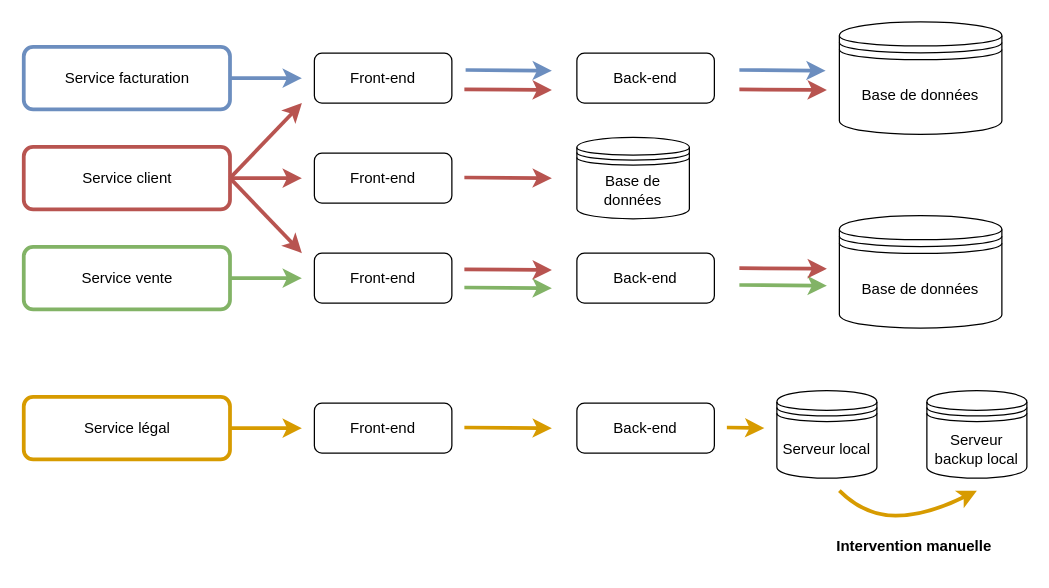
Before: LAEBaseApplicatif.drawio in cjour/audit_logistics, a draw.io diagram. Source tidied: cells renumbered, new cells numbered last; positions are measured from the earlier drawing's top-left corner, leaving out a move shared by most shapes. Both pictures are drawn from the tidied source at 125%, with x=0, y=0 at pixel (24, 21).
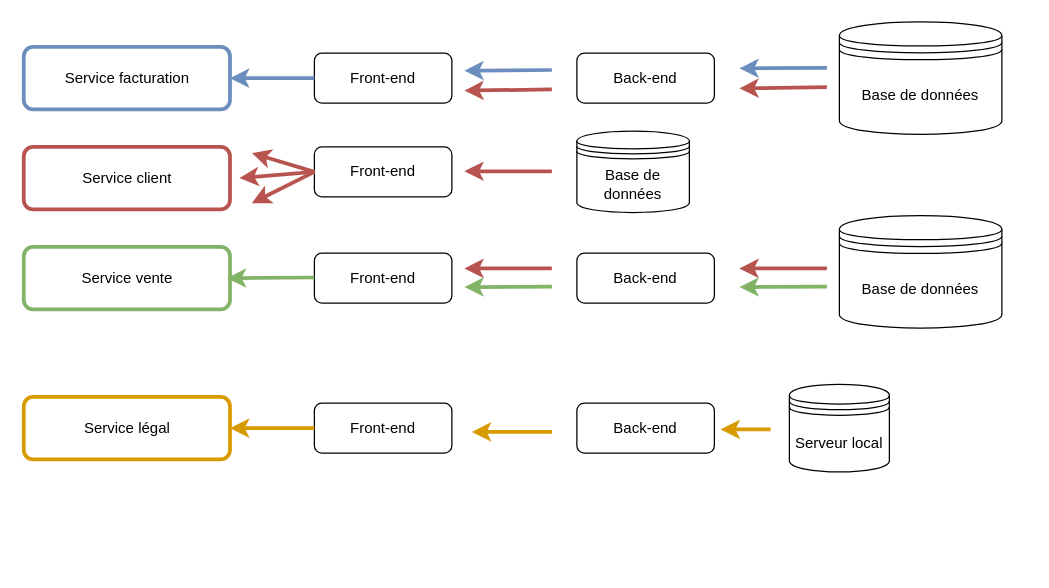
After the change.

Commit message:
Mettre à jour LAEBaseData.drawio

The change refers to these unchanged cells:
```xml
<mxCell id="2" value="Front-end" style="rounded=1;whiteSpace=wrap;html=1;" parent="1" vertex="1">
  <mxGeometry x="232" y="25" width="110" height="40" as="geometry" />
</mxCell>
<mxCell id="13" value="Front-end" style="rounded=1;whiteSpace=wrap;html=1;" parent="1" vertex="1">
  <mxGeometry x="232" y="305" width="110" height="40" as="geometry" />
</mxCell>
<mxCell id="15" style="rounded=1;whiteSpace=wrap;html=1;fontFamily=Helvetica;fontSize=12;strokeWidth=3;fillColor=none;strokeColor=#6c8ebf;gradientColor=default;" parent="1" vertex="1">
  <mxGeometry x="-0.5" y="20" width="165" height="50" as="geometry" />
</mxCell>
<mxCell id="19" style="rounded=1;whiteSpace=wrap;html=1;fontFamily=Helvetica;fontSize=12;strokeWidth=3;fillColor=none;strokeColor=#b85450;" parent="1" vertex="1">
  <mxGeometry x="-0.5" y="100" width="165" height="50" as="geometry" />
</mxCell>
<mxCell id="23" style="rounded=1;whiteSpace=wrap;html=1;fontFamily=Helvetica;fontSize=12;strokeWidth=3;fillColor=none;strokeColor=#82b366;" parent="1" vertex="1">
  <mxGeometry x="-0.5" y="180" width="165" height="50" as="geometry" />
</mxCell>
<mxCell id="30" style="rounded=1;whiteSpace=wrap;html=1;fontFamily=Helvetica;fontSize=12;strokeWidth=3;fillColor=none;strokeColor=#d79b00;" parent="1" vertex="1">
  <mxGeometry x="-0.5" y="300" width="165" height="50" as="geometry" />
</mxCell>
```

The edit, as a diff of the source:
```diff
@@
     <mxCell id="7" value="Front-end" style="rounded=1;whiteSpace=wrap;html=1;" parent="1" vertex="1">
-      <mxGeometry x="232" y="105" width="110" height="40" as="geometry" />
+      <mxGeometry x="232" y="100" width="110" height="40" as="geometry" />
     </mxCell>
@@
-    <mxCell id="16" style="endArrow=classic;html=1;rounded=0;fontFamily=Helvetica;fontSize=12;exitX=1;exitY=0.5;exitDx=0;exitDy=0;fillColor=#dae8fc;strokeColor=#6c8ebf;strokeWidth=3;" parent="1" edge="1" source="15">
-      <mxGeometry relative="1" as="geometry">
-        <mxPoint x="222" y="45" as="targetPoint" />
-      </mxGeometry>
+    <mxCell id="16" style="endArrow=classic;html=1;rounded=0;fontFamily=Helvetica;fontSize=12;exitX=0;exitY=0.5;exitDx=0;exitDy=0;fillColor=#dae8fc;strokeColor=#6c8ebf;strokeWidth=3;entryX=1;entryY=0.5;entryDx=0;entryDy=0;" parent="1" edge="1" source="2" target="15">
+      <mxGeometry relative="1" as="geometry" />
     </mxCell>
     <mxCell id="17" style="endArrow=classic;html=1;rounded=0;fontFamily=Helvetica;fontSize=12;exitX=1;exitY=0.5;exitDx=0;exitDy=0;fillColor=#dae8fc;strokeColor=#6c8ebf;strokeWidth=3;" parent="1" edge="1">
       <mxGeometry relative="1" as="geometry">
-        <mxPoint x="353" y="38.5" as="sourcePoint" />
-        <mxPoint x="422" y="39" as="targetPoint" />
+        <mxPoint x="422" y="38.5" as="sourcePoint" />
+        <mxPoint x="352" y="39" as="targetPoint" />
       </mxGeometry>
     </mxCell>
-    <mxCell id="18" style="endArrow=classic;html=1;rounded=0;fontFamily=Helvetica;fontSize=12;exitX=1;exitY=0.5;exitDx=0;exitDy=0;fillColor=#dae8fc;strokeColor=#6c8ebf;strokeWidth=3;" parent="1" edge="1">
-      <mxGeometry relative="1" as="geometry">
-        <mxPoint x="572" y="38.5" as="sourcePoint" />
-        <mxPoint x="641" y="39" as="targetPoint" />
-      </mxGeometry>
-    </mxCell>
@@
-    <mxCell id="20" style="endArrow=classic;html=1;rounded=0;fontFamily=Helvetica;fontSize=12;exitX=1;exitY=0.5;exitDx=0;exitDy=0;fillColor=#f8cecc;strokeColor=#b85450;strokeWidth=3;" parent="1" edge="1" source="19">
+    <mxCell id="20" style="endArrow=classic;html=1;rounded=0;fontFamily=Helvetica;fontSize=12;fillColor=#f8cecc;strokeColor=#b85450;strokeWidth=3;exitX=0;exitY=0.5;exitDx=0;exitDy=0;" parent="1" edge="1" source="7">
       <mxGeometry relative="1" as="geometry">
-        <mxPoint x="222" y="125" as="targetPoint" />
+        <mxPoint x="182" y="145" as="targetPoint" />
       </mxGeometry>
     </mxCell>
-    <mxCell id="21" style="endArrow=classic;html=1;rounded=0;fontFamily=Helvetica;fontSize=12;exitX=1;exitY=0.5;exitDx=0;exitDy=0;fillColor=#f8cecc;strokeColor=#b85450;strokeWidth=3;" parent="1" edge="1">
+    <mxCell id="21" style="endArrow=classic;html=1;rounded=0;fontFamily=Helvetica;fontSize=12;fillColor=#f8cecc;strokeColor=#b85450;strokeWidth=3;" parent="1" edge="1">
       <mxGeometry relative="1" as="geometry">
-        <mxPoint x="352" y="124.5" as="sourcePoint" />
-        <mxPoint x="422" y="125" as="targetPoint" />
+        <mxPoint x="422" y="119.5" as="sourcePoint" />
+        <mxPoint x="352" y="119.5" as="targetPoint" />
+        <Array as="points">
+          <mxPoint x="392" y="119.5" />
+        </Array>
       </mxGeometry>
     </mxCell>
-    <mxCell id="22" style="endArrow=classic;html=1;rounded=0;fontFamily=Helvetica;fontSize=12;fillColor=#f8cecc;strokeColor=#b85450;strokeWidth=3;exitX=1;exitY=0.5;exitDx=0;exitDy=0;" parent="1" edge="1" source="19">
+    <mxCell id="22" style="endArrow=classic;html=1;rounded=0;fontFamily=Helvetica;fontSize=12;fillColor=#f8cecc;strokeColor=#b85450;strokeWidth=3;exitX=0;exitY=0.5;exitDx=0;exitDy=0;" parent="1" edge="1" source="7">
       <mxGeometry relative="1" as="geometry">
-        <mxPoint x="222" y="65" as="targetPoint" />
+        <mxPoint x="182" y="105" as="targetPoint" />
       </mxGeometry>
     </mxCell>
@@
-    <mxCell id="24" style="endArrow=classic;html=1;rounded=0;fontFamily=Helvetica;fontSize=12;exitX=1;exitY=0.5;exitDx=0;exitDy=0;fillColor=#d5e8d4;strokeColor=#82b366;strokeWidth=3;" parent="1" edge="1" source="23">
-      <mxGeometry relative="1" as="geometry">
-        <mxPoint x="222" y="205" as="targetPoint" />
-      </mxGeometry>
-    </mxCell>
-    <mxCell id="25" style="endArrow=classic;html=1;rounded=0;fontFamily=Helvetica;fontSize=12;exitX=1;exitY=0.5;exitDx=0;exitDy=0;fillColor=#d5e8d4;strokeColor=#82b366;strokeWidth=3;" parent="1" edge="1">
+    <mxCell id="25" style="endArrow=classic;html=1;rounded=0;fontFamily=Helvetica;fontSize=12;exitX=1;exitY=0.5;exitDx=0;exitDy=0;fillColor=#d5e8d4;strokeColor=#82b366;strokeWidth=3;verticalAlign=middle;" parent="1" edge="1">
       <mxGeometry relative="1" as="geometry">
-        <mxPoint x="352" y="212.5" as="sourcePoint" />
-        <mxPoint x="422" y="213" as="targetPoint" />
+        <mxPoint x="422" y="211.8" as="sourcePoint" />
+        <mxPoint x="352" y="212.2" as="targetPoint" />
       </mxGeometry>
     </mxCell>
-    <mxCell id="26" style="endArrow=classic;html=1;rounded=0;fontFamily=Helvetica;fontSize=12;exitX=1;exitY=0.5;exitDx=0;exitDy=0;fillColor=#d5e8d4;strokeColor=#82b366;strokeWidth=3;" parent="1" edge="1">
-      <mxGeometry relative="1" as="geometry">
-        <mxPoint x="572" y="210.5" as="sourcePoint" />
-        <mxPoint x="642" y="211" as="targetPoint" />
-      </mxGeometry>
-    </mxCell>
-    <mxCell id="27" style="endArrow=classic;html=1;rounded=0;fontFamily=Helvetica;fontSize=12;exitX=1;exitY=0.5;exitDx=0;exitDy=0;fillColor=#f8cecc;strokeColor=#b85450;strokeWidth=3;" parent="1" edge="1" source="19">
+    <mxCell id="27" style="endArrow=classic;html=1;rounded=0;fontFamily=Helvetica;fontSize=12;exitX=0;exitY=0.5;exitDx=0;exitDy=0;fillColor=#f8cecc;strokeColor=#b85450;strokeWidth=3;" parent="1" edge="1" source="7">
       <mxGeometry relative="1" as="geometry">
-        <mxPoint x="222" y="185" as="targetPoint" />
+        <mxPoint x="172" y="125" as="targetPoint" />
       </mxGeometry>
     </mxCell>
     <mxCell id="28" value="Serveur local" style="shape=datastore;whiteSpace=wrap;html=1;" parent="1" vertex="1">
-      <mxGeometry x="602" y="295" width="80" height="70" as="geometry" />
+      <mxGeometry x="612" y="290" width="80" height="70" as="geometry" />
     </mxCell>
-    <mxCell id="29" value="Serveur backup local" style="shape=datastore;whiteSpace=wrap;html=1;" parent="1" vertex="1">
-      <mxGeometry x="722" y="295" width="80" height="70" as="geometry" />
-    </mxCell>
@@
-    <mxCell id="31" style="endArrow=classic;html=1;rounded=0;fontFamily=Helvetica;fontSize=12;exitX=1;exitY=0.5;exitDx=0;exitDy=0;fillColor=#ffe6cc;strokeColor=#d79b00;strokeWidth=3;" parent="1" edge="1" source="30">
-      <mxGeometry relative="1" as="geometry">
-        <mxPoint x="222" y="325" as="targetPoint" />
-      </mxGeometry>
+    <mxCell id="31" style="endArrow=classic;html=1;rounded=0;fontFamily=Helvetica;fontSize=12;exitX=0;exitY=0.5;exitDx=0;exitDy=0;fillColor=#ffe6cc;strokeColor=#d79b00;strokeWidth=3;entryX=1;entryY=0.5;entryDx=0;entryDy=0;" parent="1" edge="1" source="13" target="30">
+      <mxGeometry relative="1" as="geometry" />
     </mxCell>
-    <mxCell id="32" style="endArrow=classic;html=1;rounded=0;fontFamily=Helvetica;fontSize=12;exitX=1;exitY=0.5;exitDx=0;exitDy=0;fillColor=#ffe6cc;strokeColor=#d79b00;strokeWidth=3;" parent="1" edge="1">
+    <mxCell id="32" style="endArrow=classic;html=1;rounded=0;fontFamily=Helvetica;fontSize=12;fillColor=#ffe6cc;strokeColor=#d79b00;strokeWidth=3;entryX=1;entryY=0.75;entryDx=0;entryDy=0;entryPerimeter=0;" parent="1" edge="1">
       <mxGeometry relative="1" as="geometry">
-        <mxPoint x="352" y="324.5" as="sourcePoint" />
-        <mxPoint x="422" y="325" as="targetPoint" />
+        <mxPoint x="422" y="328" as="sourcePoint" />
+        <mxPoint x="358" y="328" as="targetPoint" />
+        <Array as="points">
+          <mxPoint x="368" y="328" />
+        </Array>
       </mxGeometry>
     </mxCell>
-    <mxCell id="33" style="endArrow=classic;html=1;rounded=0;fontFamily=Helvetica;fontSize=12;exitX=1;exitY=0.5;exitDx=0;exitDy=0;fillColor=#ffe6cc;strokeColor=#d79b00;strokeWidth=3;" parent="1" edge="1">
+    <mxCell id="33" style="endArrow=classic;html=1;rounded=0;fontFamily=Helvetica;fontSize=12;fillColor=#ffe6cc;strokeColor=#d79b00;strokeWidth=3;entryX=1;entryY=0.5;entryDx=0;entryDy=0;" parent="1" edge="1">
       <mxGeometry relative="1" as="geometry">
-        <mxPoint x="562" y="324.5" as="sourcePoint" />
-        <mxPoint x="592" y="325" as="targetPoint" />
+        <mxPoint x="597" y="326" as="sourcePoint" />
+        <mxPoint x="557" y="326" as="targetPoint" />
       </mxGeometry>
     </mxCell>
-    <mxCell id="34" style="curved=1;endArrow=classic;html=1;rounded=0;fontFamily=Helvetica;fontSize=12;strokeWidth=3;fillColor=#ffe6cc;strokeColor=#d79b00;" parent="1" edge="1">
-      <mxGeometry relative="1" as="geometry">
-        <mxPoint x="652" y="375" as="sourcePoint" />
-        <mxPoint x="762" y="375" as="targetPoint" />
-        <Array as="points">
-          <mxPoint x="672" y="395" />
-          <mxPoint x="722" y="395" />
-        </Array>
-      </mxGeometry>
-    </mxCell>
     <mxCell id="35" style="endArrow=classic;html=1;rounded=0;fontFamily=Helvetica;fontSize=12;exitX=1;exitY=0.5;exitDx=0;exitDy=0;fillColor=#f8cecc;strokeColor=#b85450;strokeWidth=3;" parent="1" edge="1">
       <mxGeometry relative="1" as="geometry">
-        <mxPoint x="352" y="54" as="sourcePoint" />
-        <mxPoint x="422" y="54.5" as="targetPoint" />
+        <mxPoint x="422" y="54" as="sourcePoint" />
+        <mxPoint x="352" y="55" as="targetPoint" />
       </mxGeometry>
     </mxCell>
-    <mxCell id="36" style="endArrow=classic;html=1;rounded=0;fontFamily=Helvetica;fontSize=12;exitX=1;exitY=0.5;exitDx=0;exitDy=0;fillColor=#f8cecc;strokeColor=#b85450;strokeWidth=3;" parent="1" edge="1">
-      <mxGeometry relative="1" as="geometry">
-        <mxPoint x="572" y="54" as="sourcePoint" />
-        <mxPoint x="642" y="54.5" as="targetPoint" />
-      </mxGeometry>
-    </mxCell>
-    <mxCell id="37" style="endArrow=classic;html=1;rounded=0;fontFamily=Helvetica;fontSize=12;exitX=1;exitY=0.5;exitDx=0;exitDy=0;fillColor=#f8cecc;strokeColor=#b85450;strokeWidth=3;" parent="1" edge="1">
+    <mxCell id="37" style="endArrow=classic;html=1;rounded=0;fontFamily=Helvetica;fontSize=12;fillColor=#f8cecc;strokeColor=#b85450;strokeWidth=3;verticalAlign=middle;" parent="1" edge="1">
       <mxGeometry relative="1" as="geometry">
-        <mxPoint x="352" y="198" as="sourcePoint" />
-        <mxPoint x="422" y="198.5" as="targetPoint" />
+        <mxPoint x="422" y="197.2" as="sourcePoint" />
+        <mxPoint x="352" y="197.2" as="targetPoint" />
       </mxGeometry>
     </mxCell>
-    <mxCell id="38" style="endArrow=classic;html=1;rounded=0;fontFamily=Helvetica;fontSize=12;exitX=1;exitY=0.5;exitDx=0;exitDy=0;fillColor=#f8cecc;strokeColor=#b85450;strokeWidth=3;" parent="1" edge="1">
-      <mxGeometry relative="1" as="geometry">
-        <mxPoint x="572" y="197" as="sourcePoint" />
-        <mxPoint x="642" y="197.5" as="targetPoint" />
-      </mxGeometry>
-    </mxCell>
-    <mxCell id="39" value="Intervention manuelle" style="text;html=1;strokeColor=none;fillColor=none;align=center;verticalAlign=middle;whiteSpace=wrap;rounded=0;fontFamily=Helvetica;fontSize=12;fontStyle=1;" parent="1" vertex="1">
-      <mxGeometry x="642" y="405" width="140" height="30" as="geometry" />
-    </mxCell>
     <mxCell id="40" value="&lt;div&gt;Base de données&lt;/div&gt;" style="shape=datastore;whiteSpace=wrap;html=1;" parent="1" vertex="1">
-      <mxGeometry x="442" y="92.5" width="90" height="65" as="geometry" />
+      <mxGeometry x="442" y="87.5" width="90" height="65" as="geometry" />
     </mxCell>
+    <mxCell id="41" style="endArrow=classic;html=1;rounded=0;fontFamily=Helvetica;fontSize=12;exitX=1;exitY=0.5;exitDx=0;exitDy=0;fillColor=#dae8fc;strokeColor=#6c8ebf;strokeWidth=3;" parent="1" edge="1">
+      <mxGeometry relative="1" as="geometry">
+        <mxPoint x="642" y="36.8" as="sourcePoint" />
+        <mxPoint x="572" y="37.2" as="targetPoint" />
+      </mxGeometry>
+    </mxCell>
+    <mxCell id="42" style="endArrow=classic;html=1;rounded=0;fontFamily=Helvetica;fontSize=12;exitX=1;exitY=0.5;exitDx=0;exitDy=0;fillColor=#f8cecc;strokeColor=#b85450;strokeWidth=3;" parent="1" edge="1">
+      <mxGeometry relative="1" as="geometry">
+        <mxPoint x="642" y="52.2" as="sourcePoint" />
+        <mxPoint x="572" y="53.2" as="targetPoint" />
+      </mxGeometry>
+    </mxCell>
+    <mxCell id="43" style="endArrow=classic;html=1;rounded=0;fontFamily=Helvetica;fontSize=12;exitX=1;exitY=0.5;exitDx=0;exitDy=0;fillColor=#d5e8d4;strokeColor=#82b366;strokeWidth=3;verticalAlign=middle;" parent="1" edge="1">
+      <mxGeometry relative="1" as="geometry">
+        <mxPoint x="642" y="211.8" as="sourcePoint" />
+        <mxPoint x="572" y="212.2" as="targetPoint" />
+      </mxGeometry>
+    </mxCell>
+    <mxCell id="44" style="endArrow=classic;html=1;rounded=0;fontFamily=Helvetica;fontSize=12;fillColor=#f8cecc;strokeColor=#b85450;strokeWidth=3;verticalAlign=middle;" parent="1" edge="1">
+      <mxGeometry relative="1" as="geometry">
+        <mxPoint x="642" y="197.2" as="sourcePoint" />
+        <mxPoint x="572" y="197.2" as="targetPoint" />
+      </mxGeometry>
+    </mxCell>
+    <mxCell id="45" style="endArrow=classic;html=1;rounded=0;fontFamily=Helvetica;fontSize=12;exitX=1;exitY=0.5;exitDx=0;exitDy=0;fillColor=#d5e8d4;strokeColor=#82b366;strokeWidth=3;verticalAlign=middle;" parent="1" edge="1">
+      <mxGeometry relative="1" as="geometry">
+        <mxPoint x="232" y="204.5" as="sourcePoint" />
+        <mxPoint x="162" y="205" as="targetPoint" />
+      </mxGeometry>
+    </mxCell>
```
